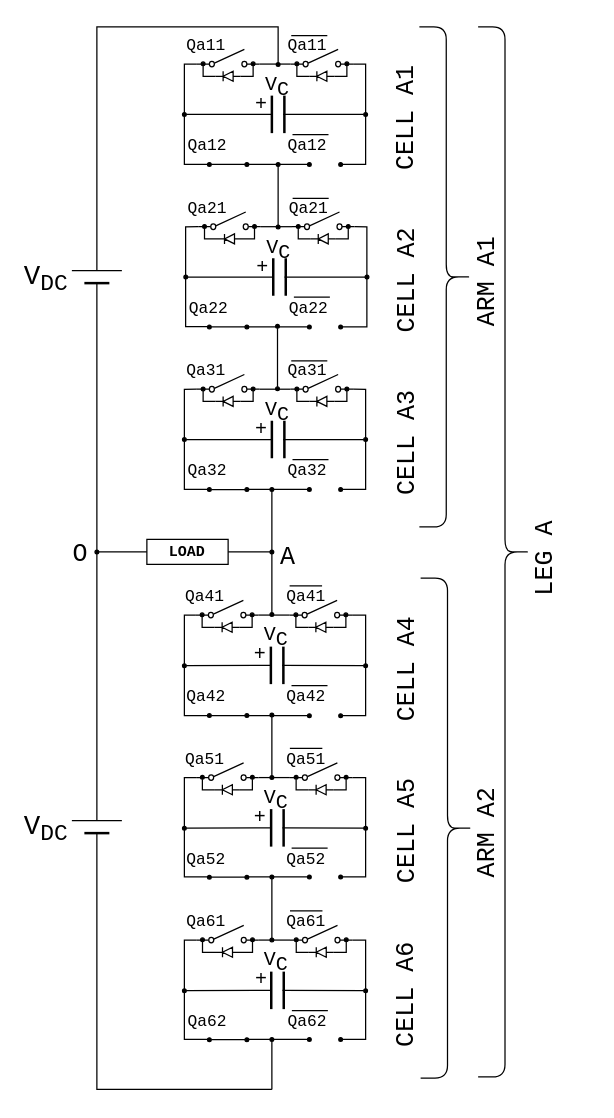
Above: 1PH_MMC_1LEG_v3.drawio in thece36/drawio (draw.io), before the change. Source tidied: cells renumbered, new cells numbered last; positions are measured from the earlier drawing's top-left corner, leaving out a move shared by most shapes. Both pictures are drawn from the tidied source at 125%, with x=0, y=0 at pixel (21, 26).
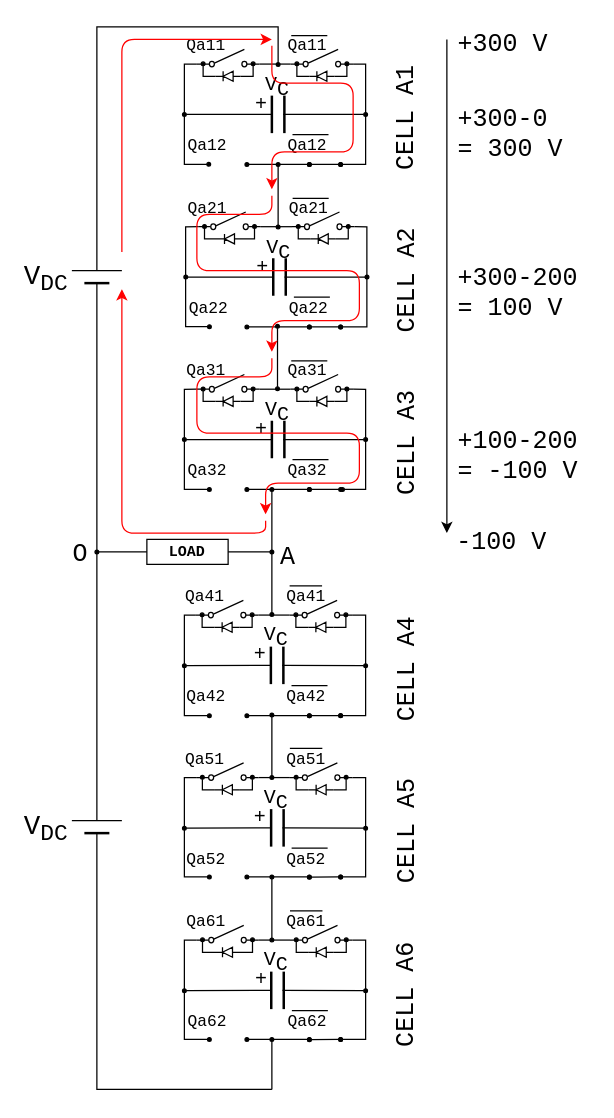
Above is the later version.

Unchanged cells that the change refers to:
```xml
<mxCell id="24" value="&lt;font style=&quot;font-size: 13px;&quot; face=&quot;Courier New&quot;&gt;Qa12&lt;/font&gt;" style="text;html=1;points=[];align=left;verticalAlign=top;spacingTop=-4;fontSize=13;" parent="1" vertex="1">
  <mxGeometry x="131" y="84" width="50" height="25" as="geometry" />
</mxCell>
<mxCell id="31" style="verticalLabelPosition=bottom;shadow=0;dashed=0;align=center;fillColor=#ffffff;html=1;verticalAlign=top;strokeWidth=1;shape=mxgraph.electrical.electro-mechanical.simple_switch;direction=north;rotation=-90;flipV=1;flipH=1;" parent="30" vertex="1">
  <mxGeometry x="13" width="14" height="50" as="geometry" />
</mxCell>
<mxCell id="55" value="&lt;font style=&quot;font-size: 13px;&quot; face=&quot;Courier New&quot;&gt;Qa22&lt;/font&gt;" style="text;html=1;points=[];align=left;verticalAlign=top;spacingTop=-4;fontSize=13;" parent="1" vertex="1">
  <mxGeometry x="132.1" y="214.1" width="50" height="25" as="geometry" />
</mxCell>
<mxCell id="62" style="verticalLabelPosition=bottom;shadow=0;dashed=0;align=center;fillColor=#ffffff;html=1;verticalAlign=top;strokeWidth=1;shape=mxgraph.electrical.electro-mechanical.simple_switch;direction=north;rotation=-90;flipV=1;flipH=1;" parent="61" vertex="1">
  <mxGeometry x="13" width="14" height="50" as="geometry" />
</mxCell>
<mxCell id="92" style="verticalLabelPosition=bottom;shadow=0;dashed=0;align=center;fillColor=#ffffff;html=1;verticalAlign=top;strokeWidth=1;shape=mxgraph.electrical.electro-mechanical.simple_switch;direction=north;rotation=-90;flipV=1;flipH=1;" parent="91" vertex="1">
  <mxGeometry x="13" width="14" height="50" as="geometry" />
</mxCell>
<mxCell id="121" style="verticalLabelPosition=bottom;shadow=0;dashed=0;align=center;fillColor=#ffffff;html=1;verticalAlign=top;strokeWidth=1;shape=mxgraph.electrical.electro-mechanical.simple_switch;direction=north;rotation=-90;flipV=1;flipH=1;" parent="120" vertex="1">
  <mxGeometry x="13" width="14" height="50" as="geometry" />
</mxCell>
<mxCell id="163" style="verticalLabelPosition=bottom;shadow=0;dashed=0;align=center;fillColor=#ffffff;html=1;verticalAlign=top;strokeWidth=1;shape=mxgraph.electrical.electro-mechanical.simple_switch;direction=north;rotation=-90;flipV=1;flipH=1;" parent="162" vertex="1">
  <mxGeometry x="13" width="14" height="50" as="geometry" />
</mxCell>
<mxCell id="193" style="verticalLabelPosition=bottom;shadow=0;dashed=0;align=center;fillColor=#ffffff;html=1;verticalAlign=top;strokeWidth=1;shape=mxgraph.electrical.electro-mechanical.simple_switch;direction=north;rotation=-90;flipV=1;flipH=1;" parent="192" vertex="1">
  <mxGeometry x="13" width="14" height="50" as="geometry" />
</mxCell>
```

Diff of the diagram source:
```diff
@@
+    <mxCell id="25" value="&lt;font style=&quot;font-size: 13px;&quot; face=&quot;Courier New&quot;&gt;Qa12&lt;/font&gt;" style="text;html=1;align=left;verticalAlign=top;spacingTop=-4;fontSize=13;" parent="1" vertex="1">
+      <mxGeometry x="211" y="84" width="50" height="25" as="geometry" />
+    </mxCell>
@@
-    <mxCell id="25" value="&lt;font style=&quot;font-size: 13px;&quot; face=&quot;Courier New&quot;&gt;Qa12&lt;/font&gt;" style="text;html=1;align=left;verticalAlign=top;spacingTop=-4;fontSize=13;" parent="1" vertex="1">
-      <mxGeometry x="211" y="84" width="50" height="25" as="geometry" />
-    </mxCell>
@@
-    <mxCell id="47" style="endArrow=none;html=1;strokeWidth=1;fontFamily=Courier New;fontSize=16;entryX=0;entryY=0.84;entryDx=0;entryDy=0;entryPerimeter=0;exitX=0.37;exitY=1.036;exitDx=0;exitDy=0;exitPerimeter=0;edgeStyle=orthogonalEdgeStyle;rounded=0;" parent="1" edge="1" source="24" target="31">
+    <mxCell id="47" style="endArrow=none;html=1;strokeWidth=1;fontFamily=Courier New;fontSize=16;entryX=0;entryY=0.84;entryDx=0;entryDy=0;entryPerimeter=0;exitX=0.37;exitY=1.036;exitDx=0;exitDy=0;exitPerimeter=0;edgeStyle=orthogonalEdgeStyle;rounded=0;endFill=0;startArrow=oval;startFill=1;startSize=3;" parent="1" edge="1" source="24" target="31">
       <mxGeometry relative="1" as="geometry">
         <Array as="points">
           <mxPoint x="130" y="110" />
           <mxPoint x="130" y="30" />
         </Array>
       </mxGeometry>
     </mxCell>
@@
-    <mxCell id="51" style="endArrow=oval;html=1;strokeWidth=1;fontFamily=Courier New;fontSize=16;endFill=1;endSize=3;" parent="1" edge="1">
+    <mxCell id="51" style="endArrow=oval;html=1;strokeWidth=1;fontFamily=Courier New;fontSize=16;endFill=1;endSize=3;startArrow=oval;startFill=1;startSize=3;" parent="1" edge="1">
       <mxGeometry relative="1" as="geometry">
         <mxPoint x="180" y="110" as="sourcePoint" />
         <mxPoint x="230" y="110" as="targetPoint" />
       </mxGeometry>
     </mxCell>
@@
-    <mxCell id="78" style="endArrow=none;html=1;strokeWidth=1;fontFamily=Courier New;fontSize=16;entryX=0;entryY=0.84;entryDx=0;entryDy=0;entryPerimeter=0;exitX=0.359;exitY=1.029;exitDx=0;exitDy=0;exitPerimeter=0;edgeStyle=orthogonalEdgeStyle;rounded=0;" parent="1" edge="1" source="55" target="62">
+    <mxCell id="78" style="endArrow=none;html=1;strokeWidth=1;fontFamily=Courier New;fontSize=16;entryX=0;entryY=0.84;entryDx=0;entryDy=0;entryPerimeter=0;exitX=0.359;exitY=1.029;exitDx=0;exitDy=0;exitPerimeter=0;edgeStyle=orthogonalEdgeStyle;rounded=0;startArrow=oval;startFill=1;endSize=4;startSize=3;" parent="1" edge="1" source="55" target="62">
       <mxGeometry relative="1" as="geometry">
         <Array as="points">
           <mxPoint x="131" y="240" />
           <mxPoint x="131" y="160" />
         </Array>
       </mxGeometry>
     </mxCell>
@@
-    <mxCell id="82" style="endArrow=oval;html=1;strokeWidth=1;fontFamily=Courier New;fontSize=16;startArrow=none;startFill=0;endFill=1;endSize=3;" parent="1" edge="1">
+    <mxCell id="82" style="endArrow=oval;html=1;strokeWidth=1;fontFamily=Courier New;fontSize=16;startArrow=oval;startFill=1;endFill=1;endSize=3;startSize=3;" parent="1" edge="1">
       <mxGeometry relative="1" as="geometry">
         <mxPoint x="180" y="240" as="sourcePoint" />
         <mxPoint x="230" y="240" as="targetPoint" />
       </mxGeometry>
     </mxCell>
@@
-    <mxCell id="108" style="endArrow=none;html=1;strokeWidth=1;fontFamily=Courier New;fontSize=16;entryX=0;entryY=0.84;entryDx=0;entryDy=0;entryPerimeter=0;edgeStyle=orthogonalEdgeStyle;rounded=0;" parent="1" edge="1" target="92">
+    <mxCell id="108" style="endArrow=none;html=1;strokeWidth=1;fontFamily=Courier New;fontSize=16;entryX=0;entryY=0.84;entryDx=0;entryDy=0;entryPerimeter=0;edgeStyle=orthogonalEdgeStyle;rounded=0;startArrow=oval;startFill=1;startSize=3;" parent="1" edge="1" target="92">
       <mxGeometry relative="1" as="geometry">
         <mxPoint x="150" y="370" as="sourcePoint" />
         <Array as="points">
           <mxPoint x="130" y="370" />
           <mxPoint x="130" y="290" />
         </Array>
       </mxGeometry>
     </mxCell>
@@
-    <mxCell id="112" style="endArrow=oval;html=1;strokeWidth=1;fontFamily=Courier New;fontSize=16;endFill=1;endSize=3;" parent="1" edge="1">
+    <mxCell id="112" style="endArrow=oval;html=1;strokeWidth=1;fontFamily=Courier New;fontSize=16;endFill=1;endSize=3;startArrow=oval;startFill=1;startSize=3;" parent="1" edge="1">
       <mxGeometry relative="1" as="geometry">
         <mxPoint x="180" y="370" as="sourcePoint" />
         <mxPoint x="230" y="370" as="targetPoint" />
       </mxGeometry>
     </mxCell>
@@
-    <mxCell id="137" style="endArrow=none;html=1;strokeWidth=1;fontFamily=Courier New;fontSize=16;entryX=0;entryY=0.84;entryDx=0;entryDy=0;entryPerimeter=0;edgeStyle=orthogonalEdgeStyle;rounded=0;" parent="1" edge="1" target="121">
+    <mxCell id="137" style="endArrow=none;html=1;strokeWidth=1;fontFamily=Courier New;fontSize=16;entryX=0;entryY=0.84;entryDx=0;entryDy=0;entryPerimeter=0;edgeStyle=orthogonalEdgeStyle;rounded=0;startArrow=oval;startFill=1;endSize=3;startSize=3;" parent="1" edge="1" target="121">
       <mxGeometry relative="1" as="geometry">
         <mxPoint x="150" y="551" as="sourcePoint" />
         <Array as="points">
           <mxPoint x="130" y="551" />
           <mxPoint x="130" y="471" />
         </Array>
       </mxGeometry>
     </mxCell>
@@
-    <mxCell id="141" style="endArrow=oval;html=1;strokeWidth=1;fontFamily=Courier New;fontSize=16;endFill=1;endSize=3;" parent="1" edge="1">
+    <mxCell id="141" style="endArrow=oval;html=1;strokeWidth=1;fontFamily=Courier New;fontSize=16;endFill=1;endSize=3;startArrow=oval;startFill=1;startSize=3;" parent="1" edge="1">
       <mxGeometry relative="1" as="geometry">
         <mxPoint x="180" y="551" as="sourcePoint" />
         <mxPoint x="230" y="551" as="targetPoint" />
       </mxGeometry>
     </mxCell>
@@
-    <mxCell id="143" style="shape=curlyBracket;whiteSpace=wrap;html=1;rounded=1;direction=west;" parent="1" vertex="1">
-      <mxGeometry x="318" width="43" height="400" as="geometry" />
-    </mxCell>
-    <mxCell id="144" value="&lt;div style=&quot;font-size: 20px&quot;&gt;&lt;font style=&quot;font-size: 20px&quot; face=&quot;Courier New&quot;&gt;ARM A1&lt;br&gt;&lt;/font&gt;&lt;/div&gt;" style="text;html=1;align=left;verticalAlign=middle;spacingTop=-4;direction=west;rotation=-90;" parent="1" vertex="1">
-      <mxGeometry x="330" y="190" width="85" height="20" as="geometry" />
-    </mxCell>
-    <mxCell id="145" style="shape=curlyBracket;whiteSpace=wrap;html=1;rounded=1;direction=west;" parent="1" vertex="1">
-      <mxGeometry x="319" y="440.9" width="43" height="400" as="geometry" />
-    </mxCell>
-    <mxCell id="146" value="&lt;div style=&quot;font-size: 20px&quot;&gt;&lt;font style=&quot;font-size: 20px&quot; face=&quot;Courier New&quot;&gt;ARM A2&lt;br&gt;&lt;/font&gt;&lt;/div&gt;" style="text;html=1;align=left;verticalAlign=middle;spacingTop=-4;direction=west;rotation=-90;" parent="1" vertex="1">
-      <mxGeometry x="331" y="630.9" width="85" height="20" as="geometry" />
-    </mxCell>
-    <mxCell id="147" style="shape=curlyBracket;whiteSpace=wrap;html=1;rounded=1;direction=west;" parent="1" vertex="1">
-      <mxGeometry x="365" width="43" height="840" as="geometry" />
-    </mxCell>
-    <mxCell id="148" value="&lt;div style=&quot;font-size: 20px&quot;&gt;&lt;font style=&quot;font-size: 20px&quot; face=&quot;Courier New&quot;&gt;LEG A&lt;br&gt;&lt;/font&gt;&lt;/div&gt;" style="text;html=1;align=left;verticalAlign=middle;spacingTop=-4;direction=west;rotation=-90;" parent="1" vertex="1">
-      <mxGeometry x="382" y="410.5" width="75" height="20" as="geometry" />
-    </mxCell>
     <mxCell id="149" style="endArrow=oval;html=1;startArrow=oval;startFill=1;endFill=1;endSize=3;startSize=3;" parent="1" edge="1">
       <mxGeometry relative="1" as="geometry">
-        <mxPoint x="150" y="110" as="sourcePoint" />
-        <mxPoint x="180" y="110" as="targetPoint" />
+        <mxPoint x="230" y="110" as="sourcePoint" />
+        <mxPoint x="255" y="110" as="targetPoint" />
       </mxGeometry>
     </mxCell>
     <mxCell id="150" style="endArrow=oval;html=1;startArrow=oval;startFill=1;endFill=1;endSize=3;startSize=3;" parent="1" edge="1">
       <mxGeometry relative="1" as="geometry">
-        <mxPoint x="150" y="240" as="sourcePoint" />
-        <mxPoint x="180" y="240" as="targetPoint" />
+        <mxPoint x="230" y="240" as="sourcePoint" />
+        <mxPoint x="255" y="240" as="targetPoint" />
       </mxGeometry>
     </mxCell>
     <mxCell id="151" style="endArrow=oval;html=1;startArrow=oval;startFill=1;endFill=1;endSize=3;startSize=3;" parent="1" edge="1">
       <mxGeometry relative="1" as="geometry">
-        <mxPoint x="150" y="370.1" as="sourcePoint" />
-        <mxPoint x="180" y="370.1" as="targetPoint" />
+        <mxPoint x="230" y="370" as="sourcePoint" />
+        <mxPoint x="256.5" y="370.1" as="targetPoint" />
       </mxGeometry>
     </mxCell>
     <mxCell id="152" style="endArrow=oval;html=1;startArrow=oval;startFill=1;endFill=1;endSize=3;startSize=3;" parent="1" edge="1">
       <mxGeometry relative="1" as="geometry">
-        <mxPoint x="150" y="550.9" as="sourcePoint" />
-        <mxPoint x="180" y="550.9" as="targetPoint" />
+        <mxPoint x="230" y="551" as="sourcePoint" />
+        <mxPoint x="255" y="550.9" as="targetPoint" />
       </mxGeometry>
     </mxCell>
     <mxCell id="153" style="endArrow=oval;html=1;startArrow=oval;startFill=1;endFill=1;endSize=3;startSize=3;" parent="1" edge="1">
       <mxGeometry relative="1" as="geometry">
-        <mxPoint x="150" y="680.2" as="sourcePoint" />
-        <mxPoint x="180" y="680.2" as="targetPoint" />
+        <mxPoint x="230" y="680.2" as="sourcePoint" />
+        <mxPoint x="255" y="680" as="targetPoint" />
       </mxGeometry>
     </mxCell>
     <mxCell id="154" style="endArrow=oval;html=1;startArrow=oval;startFill=1;endFill=1;endSize=3;startSize=3;" parent="1" edge="1">
       <mxGeometry relative="1" as="geometry">
-        <mxPoint x="150" y="810.2" as="sourcePoint" />
-        <mxPoint x="180" y="810.2" as="targetPoint" />
+        <mxPoint x="230" y="810.2" as="sourcePoint" />
+        <mxPoint x="255" y="810" as="targetPoint" />
       </mxGeometry>
     </mxCell>
@@
-    <mxCell id="179" style="endArrow=none;html=1;strokeWidth=1;fontFamily=Courier New;fontSize=16;entryX=0;entryY=0.84;entryDx=0;entryDy=0;entryPerimeter=0;edgeStyle=orthogonalEdgeStyle;rounded=0;" parent="1" edge="1" target="163">
+    <mxCell id="179" style="endArrow=none;html=1;strokeWidth=1;fontFamily=Courier New;fontSize=16;entryX=0;entryY=0.84;entryDx=0;entryDy=0;entryPerimeter=0;edgeStyle=orthogonalEdgeStyle;rounded=0;startArrow=oval;startFill=1;startSize=3;" parent="1" edge="1" target="163">
       <mxGeometry relative="1" as="geometry">
         <mxPoint x="150" y="680" as="sourcePoint" />
         <Array as="points">
           <mxPoint x="150" y="680" />
           <mxPoint x="130" y="680" />
           <mxPoint x="130" y="601" />
         </Array>
       </mxGeometry>
     </mxCell>
@@
-    <mxCell id="183" style="endArrow=oval;html=1;strokeWidth=1;fontFamily=Courier New;fontSize=16;endSize=3;endFill=1;" parent="1" edge="1">
+    <mxCell id="183" style="endArrow=oval;html=1;strokeWidth=1;fontFamily=Courier New;fontSize=16;endSize=3;endFill=1;startArrow=oval;startFill=1;startSize=3;" parent="1" edge="1">
       <mxGeometry relative="1" as="geometry">
         <mxPoint x="180" y="680" as="sourcePoint" />
         <mxPoint x="230" y="680" as="targetPoint" />
       </mxGeometry>
     </mxCell>
@@
-    <mxCell id="209" style="endArrow=none;html=1;strokeWidth=1;fontFamily=Courier New;fontSize=16;entryX=0;entryY=0.84;entryDx=0;entryDy=0;entryPerimeter=0;edgeStyle=orthogonalEdgeStyle;rounded=0;" parent="1" edge="1" target="193">
+    <mxCell id="209" style="endArrow=none;html=1;strokeWidth=1;fontFamily=Courier New;fontSize=16;entryX=0;entryY=0.84;entryDx=0;entryDy=0;entryPerimeter=0;edgeStyle=orthogonalEdgeStyle;rounded=0;startArrow=oval;startFill=1;startSize=3;" parent="1" edge="1" target="193">
       <mxGeometry relative="1" as="geometry">
         <mxPoint x="150" y="810" as="sourcePoint" />
         <Array as="points">
           <mxPoint x="150" y="810" />
           <mxPoint x="130" y="810" />
           <mxPoint x="130" y="731" />
         </Array>
       </mxGeometry>
     </mxCell>
@@
-    <mxCell id="213" style="endArrow=oval;html=1;strokeWidth=1;fontFamily=Courier New;fontSize=16;endFill=1;endSize=3;" parent="1" edge="1">
+    <mxCell id="213" style="endArrow=oval;html=1;strokeWidth=1;fontFamily=Courier New;fontSize=16;endFill=1;endSize=3;startArrow=oval;startFill=1;startSize=3;" parent="1" edge="1">
       <mxGeometry relative="1" as="geometry">
         <mxPoint x="180" y="810" as="sourcePoint" />
         <mxPoint x="230" y="810" as="targetPoint" />
       </mxGeometry>
     </mxCell>
+    <mxCell id="214" style="endArrow=classic;html=1;edgeStyle=orthogonalEdgeStyle;rounded=1;strokeColor=#FF0000;" parent="1" edge="1">
+      <mxGeometry relative="1" as="geometry">
+        <mxPoint x="80" y="180" as="sourcePoint" />
+        <mxPoint x="200" y="10" as="targetPoint" />
+        <Array as="points">
+          <mxPoint x="80" y="10" />
+        </Array>
+      </mxGeometry>
+    </mxCell>
+    <mxCell id="215" style="endArrow=classic;html=1;strokeColor=#FF0000;edgeStyle=orthogonalEdgeStyle;" parent="1" edge="1">
+      <mxGeometry relative="1" as="geometry">
+        <mxPoint x="200" y="15" as="sourcePoint" />
+        <mxPoint x="200" y="130" as="targetPoint" />
+        <Array as="points">
+          <mxPoint x="200" y="45" />
+          <mxPoint x="265" y="45" />
+          <mxPoint x="265" y="100" />
+          <mxPoint x="200" y="100" />
+        </Array>
+      </mxGeometry>
+    </mxCell>
+    <mxCell id="216" style="endArrow=classic;html=1;strokeColor=#FF0000;edgeStyle=orthogonalEdgeStyle;" parent="1" edge="1">
+      <mxGeometry relative="1" as="geometry">
+        <mxPoint x="200" y="135" as="sourcePoint" />
+        <mxPoint x="200" y="260" as="targetPoint" />
+        <Array as="points">
+          <mxPoint x="200" y="150" />
+          <mxPoint x="140" y="150" />
+          <mxPoint x="140" y="195" />
+          <mxPoint x="270" y="195" />
+          <mxPoint x="270" y="235" />
+        </Array>
+      </mxGeometry>
+    </mxCell>
+    <mxCell id="217" style="endArrow=classic;html=1;strokeColor=#FF0000;edgeStyle=orthogonalEdgeStyle;" parent="1" edge="1">
+      <mxGeometry relative="1" as="geometry">
+        <mxPoint x="200" y="265" as="sourcePoint" />
+        <mxPoint x="195" y="390" as="targetPoint" />
+        <Array as="points">
+          <mxPoint x="200" y="280" />
+          <mxPoint x="140" y="280" />
+          <mxPoint x="140" y="325" />
+          <mxPoint x="270" y="325" />
+          <mxPoint x="270" y="365" />
+          <mxPoint x="195" y="365" />
+          <mxPoint x="195" y="390" />
+        </Array>
+      </mxGeometry>
+    </mxCell>
+    <mxCell id="218" style="endArrow=classic;html=1;strokeColor=#FF0000;edgeStyle=orthogonalEdgeStyle;" parent="1" edge="1">
+      <mxGeometry relative="1" as="geometry">
+        <mxPoint x="195" y="395" as="sourcePoint" />
+        <mxPoint x="80" y="209.8" as="targetPoint" />
+        <Array as="points">
+          <mxPoint x="195" y="405" />
+          <mxPoint x="80" y="405" />
+        </Array>
+      </mxGeometry>
+    </mxCell>
+    <mxCell id="219" style="endArrow=classic;html=1;strokeColor=#000000;" parent="1" edge="1">
+      <mxGeometry relative="1" as="geometry">
+        <mxPoint x="340" y="10" as="sourcePoint" />
+        <mxPoint x="340" y="405" as="targetPoint" />
+      </mxGeometry>
+    </mxCell>
+    <mxCell id="220" value="+300 V" style="text;html=1;align=left;verticalAlign=top;spacingTop=-4;fontSize=20;fontFamily=Courier New;" parent="1" vertex="1">
+      <mxGeometry x="347" width="50" height="20" as="geometry" />
+    </mxCell>
+    <mxCell id="221" value="&lt;div&gt;+300-0 &lt;br&gt;&lt;/div&gt;&lt;div&gt;= 300 V&lt;/div&gt;" style="text;html=1;align=left;verticalAlign=top;spacingTop=-4;fontSize=20;fontFamily=Courier New;" parent="1" vertex="1">
+      <mxGeometry x="347" y="60" width="95" height="50" as="geometry" />
+    </mxCell>
+    <mxCell id="222" value="&lt;div&gt;+300-200 &lt;br&gt;&lt;/div&gt;&lt;div&gt;= 100 V&lt;/div&gt;" style="text;html=1;align=left;verticalAlign=top;spacingTop=-4;fontSize=20;fontFamily=Courier New;" parent="1" vertex="1">
+      <mxGeometry x="347" y="186.7" width="110" height="50" as="geometry" />
+    </mxCell>
+    <mxCell id="223" value="&lt;div&gt;+100-200 &lt;br&gt;&lt;/div&gt;&lt;div&gt;= -100 V&lt;/div&gt;" style="text;html=1;align=left;verticalAlign=top;spacingTop=-4;fontSize=20;fontFamily=Courier New;" parent="1" vertex="1">
+      <mxGeometry x="347" y="317.2" width="110" height="50" as="geometry" />
+    </mxCell>
+    <mxCell id="224" value="-100 V" style="text;html=1;align=left;verticalAlign=top;spacingTop=-4;fontSize=20;fontFamily=Courier New;" parent="1" vertex="1">
+      <mxGeometry x="346" y="398" width="85" height="30" as="geometry" />
+    </mxCell>
```
